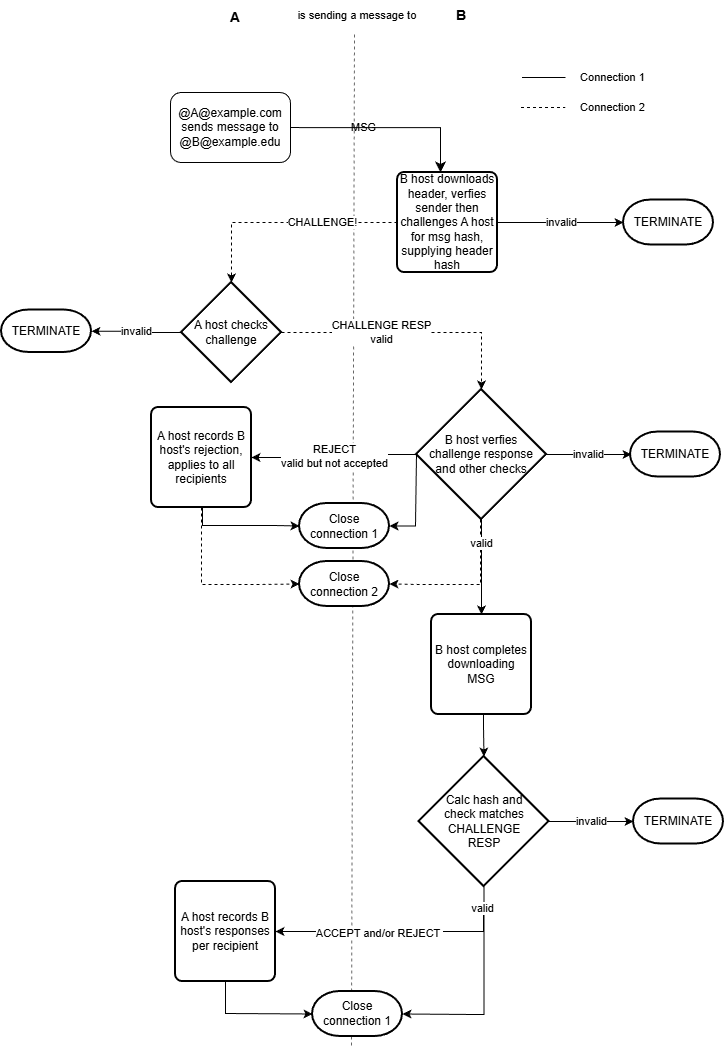
The draw.io diagram pics/flow-light.png in markmnl/fmsg, before a commit. Source tidied: cells renumbered, new cells last; positions are measured from the earlier drawing's top-left corner, leaving out a move shared by most shapes.
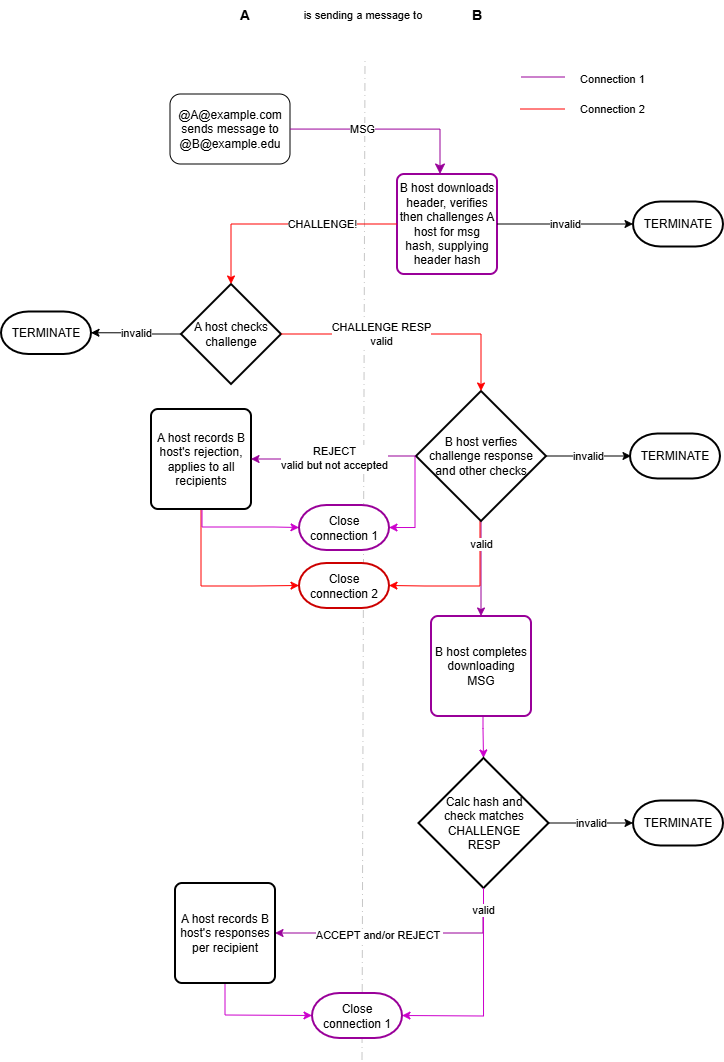
The same diagram one commit later.

What changed in the source:
```diff
@@ -2,25 +2,25 @@
   <root>
     <mxCell id="0" />
     <mxCell id="1" parent="0" />
-    <mxCell id="2" style="endArrow=none;dashed=1;html=1;strokeWidth=1;rounded=0;startArrow=none;opacity=60;" parent="1" edge="1">
-      <mxGeometry relative="1" as="geometry">
-        <mxPoint x="350" y="1045" as="sourcePoint" />
-        <mxPoint x="353" y="32" as="targetPoint" />
-      </mxGeometry>
-    </mxCell>
+    <mxCell id="42" style="endArrow=none;dashed=1;html=1;dashPattern=8 4 1 4;strokeWidth=1;rounded=0;strokeColor=#A1A1A1;fontColor=#FFFFFF;startArrow=none;opacity=60;" parent="1" edge="1">
+      <mxGeometry relative="1" as="geometry">
+        <mxPoint x="361" y="1058" as="sourcePoint" />
+        <mxPoint x="364" y="55" as="targetPoint" />
+      </mxGeometry>
+    </mxCell>
     <mxCell id="3" value="@A@example.com sends message to @B@example.edu" style="rounded=1;whiteSpace=wrap;html=1;fontSize=12;glass=0;strokeWidth=1;shadow=0;" parent="1" vertex="1">
       <mxGeometry x="169" y="92" width="120" height="70" as="geometry" />
     </mxCell>
-    <mxCell id="4" value="&lt;span style=&quot;&quot;&gt;B host downloads header, verfies sender then challenges A host for msg hash, supplying header hash&lt;/span&gt;" style="rounded=1;whiteSpace=wrap;html=1;absoluteArcSize=1;arcSize=14;strokeWidth=2;" parent="1" vertex="1">
-      <mxGeometry x="396" y="172" width="100" height="100" as="geometry" />
-    </mxCell>
-    <mxCell id="5" value="invalid" style="edgeStyle=orthogonalEdgeStyle;rounded=0;jettySize=auto;html=1;entryX=1;entryY=0.5;entryDx=0;entryDy=0;entryPerimeter=0;" parent="1" edge="1" source="6" target="19">
-      <mxGeometry relative="1" as="geometry" />
-    </mxCell>
+    <mxCell id="43" value="&lt;span style=&quot;&quot;&gt;B host downloads header, verifies then challenges A host for msg hash, supplying header hash&lt;/span&gt;" style="rounded=1;whiteSpace=wrap;html=1;absoluteArcSize=1;arcSize=14;strokeWidth=2;strokeColor=#990099;" parent="1" vertex="1">
+      <mxGeometry x="396" y="172" width="100" height="100" as="geometry" />
+    </mxCell>
+    <mxCell id="44" value="invalid" style="edgeStyle=orthogonalEdgeStyle;rounded=0;jettySize=auto;html=1;entryX=1;entryY=0.5;entryDx=0;entryDy=0;entryPerimeter=0;strokeColor=light-dark(#000000,#FCFCFC);" parent="1" edge="1" source="6" target="50">
+      <mxGeometry relative="1" as="geometry" />
+    </mxCell>
     <mxCell id="6" value="A host checks challenge" style="strokeWidth=2;html=1;shape=mxgraph.flowchart.decision;whiteSpace=wrap;" parent="1" vertex="1">
       <mxGeometry x="180" y="282" width="100" height="100" as="geometry" />
     </mxCell>
-    <mxCell id="7" style="edgeStyle=orthogonalEdgeStyle;rounded=0;jettySize=auto;html=1;fontSize=11;entryX=1;entryY=0.5;entryDx=0;entryDy=0;entryPerimeter=0;dashed=1;" parent="1" edge="1" source="10" target="30">
+    <mxCell id="7" style="edgeStyle=orthogonalEdgeStyle;rounded=0;jettySize=auto;html=1;fontSize=11;strokeColor=#FF0000;fillColor=#990099;entryX=1;entryY=0.5;entryDx=0;entryDy=0;entryPerimeter=0;" parent="1" edge="1" source="10" target="30">
       <mxGeometry relative="1" as="geometry">
         <Array as="points">
           <mxPoint x="479" y="584" />
@@ -28,21 +28,21 @@
         </Array>
       </mxGeometry>
     </mxCell>
-    <mxCell id="8" value="valid" style="edgeStyle=orthogonalEdgeStyle;rounded=0;jettySize=auto;html=1;fontSize=11;" parent="1" edge="1" source="10" target="15">
+    <mxCell id="8" value="valid" style="edgeStyle=orthogonalEdgeStyle;rounded=0;jettySize=auto;html=1;fontSize=11;strokeColor=#990099;fillColor=#990099;" parent="1" edge="1" source="10" target="15">
       <mxGeometry x="-0.51" relative="1" as="geometry" />
     </mxCell>
-    <mxCell id="9" style="edgeStyle=orthogonalEdgeStyle;rounded=0;jettySize=auto;html=1;entryX=1;entryY=0.5;entryDx=0;entryDy=0;entryPerimeter=0;" parent="1" edge="1" source="10" target="36">
-      <mxGeometry relative="1" as="geometry">
-        <Array as="points">
-          <mxPoint x="414" y="454" />
-          <mxPoint x="414" y="525" />
-        </Array>
-      </mxGeometry>
-    </mxCell>
+    <mxCell id="45" style="edgeStyle=orthogonalEdgeStyle;rounded=0;jettySize=auto;html=1;strokeColor=#CC00CC;entryX=1;entryY=0.5;entryDx=0;entryDy=0;entryPerimeter=0;" parent="1" edge="1" source="10" target="57">
+      <mxGeometry relative="1" as="geometry">
+        <Array as="points">
+          <mxPoint x="414" y="454" />
+          <mxPoint x="414" y="525" />
+        </Array>
+      </mxGeometry>
+    </mxCell>
     <mxCell id="10" value="B host verfies&lt;br&gt;challenge response&lt;br&gt;and other checks" style="strokeWidth=2;html=1;shape=mxgraph.flowchart.decision;whiteSpace=wrap;" parent="1" vertex="1">
       <mxGeometry x="415" y="389" width="130" height="130" as="geometry" />
     </mxCell>
-    <mxCell id="11" style="edgeStyle=orthogonalEdgeStyle;rounded=0;jettySize=auto;html=1;entryX=0;entryY=0.5;entryDx=0;entryDy=0;entryPerimeter=0;fontSize=11;exitX=0.5;exitY=1;exitDx=0;exitDy=0;dashed=1;" parent="1" edge="1" source="13" target="30">
+    <mxCell id="11" style="edgeStyle=orthogonalEdgeStyle;rounded=0;jettySize=auto;html=1;entryX=0;entryY=0.5;entryDx=0;entryDy=0;entryPerimeter=0;fontSize=11;strokeColor=#FF0000;fillColor=#990099;exitX=0.5;exitY=1;exitDx=0;exitDy=0;" parent="1" edge="1" source="13" target="30">
       <mxGeometry relative="1" as="geometry">
         <Array as="points">
           <mxPoint x="200" y="584" />
@@ -50,61 +50,61 @@
         </Array>
       </mxGeometry>
     </mxCell>
-    <mxCell id="12" style="edgeStyle=orthogonalEdgeStyle;rounded=0;jettySize=auto;html=1;entryX=0;entryY=0.5;entryDx=0;entryDy=0;entryPerimeter=0;" parent="1" edge="1" source="13" target="36">
-      <mxGeometry relative="1" as="geometry">
-        <Array as="points">
-          <mxPoint x="201" y="525" />
-          <mxPoint x="273" y="525" />
-        </Array>
-      </mxGeometry>
-    </mxCell>
+    <mxCell id="46" style="edgeStyle=orthogonalEdgeStyle;rounded=0;jettySize=auto;html=1;strokeColor=#CC00CC;entryX=0;entryY=0.5;entryDx=0;entryDy=0;entryPerimeter=0;" parent="1" edge="1" source="13" target="57">
+      <mxGeometry relative="1" as="geometry">
+        <Array as="points">
+          <mxPoint x="201" y="525" />
+          <mxPoint x="273" y="525" />
+        </Array>
+      </mxGeometry>
+    </mxCell>
     <mxCell id="13" value="A host records B host's rejection, applies to all recipients" style="rounded=1;whiteSpace=wrap;html=1;absoluteArcSize=1;arcSize=14;strokeWidth=2;" parent="1" vertex="1">
       <mxGeometry x="150" y="407" width="100" height="100" as="geometry" />
     </mxCell>
-    <mxCell id="14" style="edgeStyle=orthogonalEdgeStyle;rounded=0;jettySize=auto;html=1;entryX=0.5;entryY=0;entryDx=0;entryDy=0;entryPerimeter=0;exitX=0.5;exitY=1;exitDx=0;exitDy=0;" parent="1" edge="1" target="18">
-      <mxGeometry relative="1" as="geometry">
-        <mxPoint x="482" y="696" as="sourcePoint" />
-      </mxGeometry>
-    </mxCell>
+    <mxCell id="47" style="edgeStyle=orthogonalEdgeStyle;rounded=0;jettySize=auto;html=1;entryX=0.5;entryY=0;entryDx=0;entryDy=0;entryPerimeter=0;fillColor=#d80073;strokeColor=#CC00CC;exitX=0.5;exitY=1;exitDx=0;exitDy=0;" parent="1" edge="1" target="18">
+      <mxGeometry relative="1" as="geometry">
+        <mxPoint x="482" y="696" as="sourcePoint" />
+      </mxGeometry>
+    </mxCell>
-    <mxCell id="15" value="B host completes downloading MSG" style="rounded=1;whiteSpace=wrap;html=1;absoluteArcSize=1;arcSize=14;strokeWidth=2;" parent="1" vertex="1">
+    <mxCell id="15" value="B host completes downloading MSG" style="rounded=1;whiteSpace=wrap;html=1;absoluteArcSize=1;arcSize=14;strokeWidth=2;strokeColor=#990099;" parent="1" vertex="1">
       <mxGeometry x="430" y="614" width="100" height="100" as="geometry" />
     </mxCell>
-    <mxCell id="16" value="TERMINATE" style="strokeWidth=2;html=1;shape=mxgraph.flowchart.terminator;whiteSpace=wrap;" parent="1" vertex="1">
-      <mxGeometry x="629" y="431.5" width="90" height="45" as="geometry" />
-    </mxCell>
-    <mxCell id="17" value="invalid" style="edgeStyle=orthogonalEdgeStyle;rounded=0;jettySize=auto;html=1;entryX=0;entryY=0.5;entryDx=0;entryDy=0;entryPerimeter=0;fontSize=11;" parent="1" edge="1" source="18" target="22">
-      <mxGeometry relative="1" as="geometry" />
-    </mxCell>
+    <mxCell id="48" value="TERMINATE" style="strokeWidth=2;html=1;shape=mxgraph.flowchart.terminator;whiteSpace=wrap;" parent="1" vertex="1">
+      <mxGeometry x="629" y="431.5" width="90" height="45" as="geometry" />
+    </mxCell>
+    <mxCell id="49" value="invalid" style="edgeStyle=orthogonalEdgeStyle;rounded=0;jettySize=auto;html=1;entryX=0;entryY=0.5;entryDx=0;entryDy=0;entryPerimeter=0;fontSize=11;strokeColor=light-dark(#000000,#FCFCFC);" parent="1" edge="1" source="18" target="51">
+      <mxGeometry relative="1" as="geometry" />
+    </mxCell>
     <mxCell id="18" value="Calc hash and &lt;br&gt;check matches CHALLENGE &lt;br&gt;RESP" style="strokeWidth=2;html=1;shape=mxgraph.flowchart.decision;whiteSpace=wrap;" parent="1" vertex="1">
       <mxGeometry x="417.5" y="756" width="130" height="130" as="geometry" />
     </mxCell>
-    <mxCell id="19" value="TERMINATE" style="strokeWidth=2;html=1;shape=mxgraph.flowchart.terminator;whiteSpace=wrap;" parent="1" vertex="1">
-      <mxGeometry y="309.5" width="90" height="42.5" as="geometry" />
-    </mxCell>
+    <mxCell id="50" value="TERMINATE" style="strokeWidth=2;html=1;shape=mxgraph.flowchart.terminator;whiteSpace=wrap;" parent="1" vertex="1">
+      <mxGeometry y="309.5" width="90" height="42.5" as="geometry" />
+    </mxCell>
     <mxCell id="20" value="A" style="text;html=1;strokeColor=none;fillColor=none;align=center;verticalAlign=middle;whiteSpace=wrap;rounded=0;fontStyle=1;fontSize=14;" parent="1" vertex="1">
-      <mxGeometry x="204" y="2" width="60" height="30" as="geometry" />
+      <mxGeometry x="214" y="-2" width="60" height="30" as="geometry" />
     </mxCell>
     <mxCell id="21" value="B" style="text;html=1;strokeColor=none;fillColor=none;align=center;verticalAlign=middle;whiteSpace=wrap;rounded=0;fontStyle=1;fontSize=14;" parent="1" vertex="1">
-      <mxGeometry x="430" width="60" height="30" as="geometry" />
+      <mxGeometry x="446" y="-2" width="60" height="30" as="geometry" />
     </mxCell>
-    <mxCell id="22" value="TERMINATE" style="strokeWidth=2;html=1;shape=mxgraph.flowchart.terminator;whiteSpace=wrap;" parent="1" vertex="1">
-      <mxGeometry x="632" y="798.5" width="90" height="45" as="geometry" />
-    </mxCell>
-    <mxCell id="23" value="Close connection 1" style="strokeWidth=2;html=1;shape=mxgraph.flowchart.terminator;whiteSpace=wrap;" parent="1" vertex="1">
-      <mxGeometry x="311" y="991" width="90" height="45" as="geometry" />
-    </mxCell>
+    <mxCell id="51" value="TERMINATE" style="strokeWidth=2;html=1;shape=mxgraph.flowchart.terminator;whiteSpace=wrap;" parent="1" vertex="1">
+      <mxGeometry x="632" y="798.5" width="90" height="45" as="geometry" />
+    </mxCell>
+    <mxCell id="52" value="Close connection 1" style="strokeWidth=2;html=1;shape=mxgraph.flowchart.terminator;whiteSpace=wrap;strokeColor=#990099;" parent="1" vertex="1">
+      <mxGeometry x="311" y="991" width="90" height="45" as="geometry" />
+    </mxCell>
-    <mxCell id="24" value="MSG" style="rounded=0;html=1;jettySize=auto;orthogonalLoop=1;fontSize=11;endArrow=classic;endFill=1;endSize=8;strokeWidth=1;shadow=0;labelBackgroundColor=none;edgeStyle=orthogonalEdgeStyle;" parent="1" edge="1">
+    <mxCell id="24" value="MSG" style="rounded=0;html=1;jettySize=auto;orthogonalLoop=1;fontSize=11;endArrow=classic;endFill=1;endSize=8;strokeWidth=1;shadow=0;labelBackgroundColor=default;edgeStyle=orthogonalEdgeStyle;strokeColor=#990099;" parent="1" edge="1">
       <mxGeometry x="-0.26" relative="1" as="geometry">
         <mxPoint x="289" y="127.1" as="sourcePoint" />
         <mxPoint x="439" y="172" as="targetPoint" />
       </mxGeometry>
     </mxCell>
-    <mxCell id="25" value="REJECT&lt;br&gt;valid but not accepted" style="edgeStyle=orthogonalEdgeStyle;rounded=0;jettySize=auto;html=1;entryX=1;entryY=0.5;entryDx=0;entryDy=0;exitX=0;exitY=0.5;exitDx=0;exitDy=0;exitPerimeter=0;" parent="1" edge="1" source="10">
+    <mxCell id="25" value="REJECT&lt;br&gt;valid but not accepted" style="edgeStyle=orthogonalEdgeStyle;rounded=0;jettySize=auto;html=1;entryX=1;entryY=0.5;entryDx=0;entryDy=0;strokeColor=#990099;exitX=0;exitY=0.5;exitDx=0;exitDy=0;exitPerimeter=0;" parent="1" edge="1" source="10">
       <mxGeometry relative="1" as="geometry">
         <mxPoint x="250" y="457" as="targetPoint" />
       </mxGeometry>
     </mxCell>
-    <mxCell id="26" value="ACCEPT and/or REJECT&amp;nbsp;" style="edgeStyle=orthogonalEdgeStyle;rounded=0;jettySize=auto;html=1;entryX=1;entryY=0.5;entryDx=0;entryDy=0;exitX=0.5;exitY=1;exitDx=0;exitDy=0;exitPerimeter=0;" parent="1" edge="1" target="35">
+    <mxCell id="26" value="ACCEPT and/or REJECT&amp;nbsp;" style="edgeStyle=orthogonalEdgeStyle;rounded=0;jettySize=auto;html=1;entryX=1;entryY=0.5;entryDx=0;entryDy=0;strokeColor=#990099;exitX=0.5;exitY=1;exitDx=0;exitDy=0;exitPerimeter=0;" parent="1" edge="1" target="35">
       <mxGeometry x="0.1" y="2" relative="1" as="geometry">
         <mxPoint x="482" y="908" as="sourcePoint" />
         <Array as="points">
@@ -112,66 +112,67 @@
         </Array>
       </mxGeometry>
     </mxCell>
-    <mxCell id="27" value="invalid" style="edgeStyle=orthogonalEdgeStyle;rounded=0;jettySize=auto;html=1;exitX=1;exitY=0.5;exitDx=0;exitDy=0;exitPerimeter=0;" parent="1" edge="1" source="10">
-      <mxGeometry relative="1" as="geometry">
-        <mxPoint x="630" y="454" as="targetPoint" />
-      </mxGeometry>
-    </mxCell>
+    <mxCell id="53" value="invalid" style="edgeStyle=orthogonalEdgeStyle;rounded=0;jettySize=auto;html=1;strokeColor=light-dark(#000000,#FCFCFC);exitX=1;exitY=0.5;exitDx=0;exitDy=0;exitPerimeter=0;" parent="1" edge="1" source="10">
+      <mxGeometry relative="1" as="geometry">
+        <mxPoint x="630" y="454" as="targetPoint" />
+      </mxGeometry>
+    </mxCell>
     <mxCell id="28" value="Connection 1" style="text;html=1;strokeColor=none;fillColor=none;align=center;verticalAlign=middle;whiteSpace=wrap;rounded=0;fontSize=11;" parent="1" vertex="1">
       <mxGeometry x="564" y="62" width="95" height="30" as="geometry" />
     </mxCell>
     <mxCell id="29" value="Connection 2" style="text;html=1;strokeColor=none;fillColor=none;align=center;verticalAlign=middle;whiteSpace=wrap;rounded=0;fontSize=11;" parent="1" vertex="1">
       <mxGeometry x="564" y="92" width="95" height="30" as="geometry" />
     </mxCell>
-    <mxCell id="30" value="Close connection 2" style="strokeWidth=2;html=1;shape=mxgraph.flowchart.terminator;whiteSpace=wrap;" parent="1" vertex="1">
+    <mxCell id="30" value="Close connection 2" style="strokeWidth=2;html=1;shape=mxgraph.flowchart.terminator;whiteSpace=wrap;strokeColor=#CC0000;" parent="1" vertex="1">
       <mxGeometry x="298" y="561" width="90" height="45" as="geometry" />
     </mxCell>
-    <mxCell id="31" style="endArrow=none;html=1;rounded=0;fontSize=11;entryX=0;entryY=0.5;entryDx=0;entryDy=0;" parent="1" edge="1" target="28">
-      <mxGeometry relative="1" as="geometry">
-        <mxPoint x="520.5" y="77" as="sourcePoint" />
-      </mxGeometry>
-    </mxCell>
-    <mxCell id="32" style="endArrow=none;html=1;rounded=0;fontSize=11;entryX=0;entryY=0.5;entryDx=0;entryDy=0;dashed=1;" parent="1" edge="1" target="29">
-      <mxGeometry relative="1" as="geometry">
-        <mxPoint x="519.5" y="107" as="sourcePoint" />
-      </mxGeometry>
-    </mxCell>
+    <mxCell id="54" style="endArrow=none;html=1;rounded=0;fontSize=11;strokeColor=#990099;fillColor=#990099;entryX=0;entryY=0.5;entryDx=0;entryDy=0;" parent="1" edge="1">
+      <mxGeometry relative="1" as="geometry">
+        <mxPoint x="520.5" y="75" as="sourcePoint" />
+        <mxPoint x="564" y="75" as="targetPoint" />
+      </mxGeometry>
+    </mxCell>
+    <mxCell id="55" style="endArrow=none;html=1;rounded=0;fontSize=11;strokeColor=#FF0000;fillColor=#990099;entryX=0;entryY=0.5;entryDx=0;entryDy=0;" parent="1" edge="1" target="29">
+      <mxGeometry relative="1" as="geometry">
+        <mxPoint x="519.5" y="107" as="sourcePoint" />
+      </mxGeometry>
+    </mxCell>
     <mxCell id="33" value="is sending a message to" style="text;html=1;strokeColor=none;fillColor=none;align=center;verticalAlign=middle;whiteSpace=wrap;rounded=0;fontSize=11;" parent="1" vertex="1">
-      <mxGeometry x="270" width="172" height="30" as="geometry" />
+      <mxGeometry x="276" y="-2" width="172" height="30" as="geometry" />
     </mxCell>
-    <mxCell id="34" style="edgeStyle=orthogonalEdgeStyle;rounded=0;jettySize=auto;html=1;entryX=0;entryY=0.5;entryDx=0;entryDy=0;entryPerimeter=0;" parent="1" edge="1" source="35" target="23">
-      <mxGeometry relative="1" as="geometry">
-        <Array as="points">
-          <mxPoint x="224" y="1013" />
-          <mxPoint x="225" y="1013" />
-        </Array>
-      </mxGeometry>
-    </mxCell>
+    <mxCell id="56" style="edgeStyle=orthogonalEdgeStyle;rounded=0;jettySize=auto;html=1;entryX=0;entryY=0.5;entryDx=0;entryDy=0;entryPerimeter=0;strokeColor=#CC00CC;" parent="1" edge="1" source="35" target="52">
+      <mxGeometry relative="1" as="geometry">
+        <Array as="points">
+          <mxPoint x="224" y="1013" />
+          <mxPoint x="225" y="1013" />
+        </Array>
+      </mxGeometry>
+    </mxCell>
     <mxCell id="35" value="A host records B host's responses per recipient" style="rounded=1;whiteSpace=wrap;html=1;absoluteArcSize=1;arcSize=14;strokeWidth=2;" parent="1" vertex="1">
       <mxGeometry x="174" y="881" width="100" height="100" as="geometry" />
     </mxCell>
-    <mxCell id="36" value="Close connection 1" style="strokeWidth=2;html=1;shape=mxgraph.flowchart.terminator;whiteSpace=wrap;" parent="1" vertex="1">
-      <mxGeometry x="298" y="503" width="90" height="45" as="geometry" />
-    </mxCell>
-    <mxCell id="37" value="valid" style="edgeStyle=orthogonalEdgeStyle;rounded=0;jettySize=auto;html=1;entryX=1;entryY=0.5;entryDx=0;entryDy=0;entryPerimeter=0;exitX=0.5;exitY=1;exitDx=0;exitDy=0;exitPerimeter=0;" parent="1" edge="1" source="18" target="23">
-      <mxGeometry x="-0.79" y="-1" relative="1" as="geometry">
-        <Array as="points">
-          <mxPoint x="483" y="1014" />
-          <mxPoint x="482" y="1014" />
-        </Array>
-      </mxGeometry>
-    </mxCell>
+    <mxCell id="57" value="Close connection 1" style="strokeWidth=2;html=1;shape=mxgraph.flowchart.terminator;whiteSpace=wrap;strokeColor=#990099;" parent="1" vertex="1">
+      <mxGeometry x="298" y="503" width="90" height="45" as="geometry" />
+    </mxCell>
+    <mxCell id="58" value="valid" style="edgeStyle=orthogonalEdgeStyle;rounded=0;jettySize=auto;html=1;entryX=1;entryY=0.5;entryDx=0;entryDy=0;entryPerimeter=0;strokeColor=#CC00CC;exitX=0.5;exitY=1;exitDx=0;exitDy=0;exitPerimeter=0;" parent="1" edge="1" source="18" target="52">
+      <mxGeometry x="-0.79" y="-1" relative="1" as="geometry">
+        <Array as="points">
+          <mxPoint x="483" y="1014" />
+          <mxPoint x="482" y="1014" />
+        </Array>
+      </mxGeometry>
+    </mxCell>
-    <mxCell id="38" value="CHALLENGE!" style="edgeStyle=orthogonalEdgeStyle;rounded=0;jettySize=auto;html=1;dashed=1;" parent="1" edge="1" source="4" target="6">
+    <mxCell id="38" value="CHALLENGE!" style="edgeStyle=orthogonalEdgeStyle;rounded=0;jettySize=auto;html=1;strokeColor=#FF0000;" parent="1" edge="1" source="43" target="6">
       <mxGeometry x="-0.34" relative="1" as="geometry" />
     </mxCell>
-    <mxCell id="39" value="CHALLENGE RESP&lt;br&gt;valid" style="edgeStyle=orthogonalEdgeStyle;rounded=0;jettySize=auto;html=1;entryX=0.5;entryY=0;entryDx=0;entryDy=0;entryPerimeter=0;dashed=1;" parent="1" edge="1" source="6" target="10">
+    <mxCell id="39" value="CHALLENGE RESP&lt;br&gt;valid" style="edgeStyle=orthogonalEdgeStyle;rounded=0;jettySize=auto;html=1;entryX=0.5;entryY=0;entryDx=0;entryDy=0;entryPerimeter=0;strokeColor=#FF0000;" parent="1" edge="1" source="6" target="10">
       <mxGeometry x="-0.22" relative="1" as="geometry" />
     </mxCell>
-    <mxCell id="40" value="TERMINATE" style="strokeWidth=2;html=1;shape=mxgraph.flowchart.terminator;whiteSpace=wrap;" parent="1" vertex="1">
-      <mxGeometry x="622" y="199.5" width="90" height="45" as="geometry" />
-    </mxCell>
-    <mxCell id="41" value="invalid" style="edgeStyle=orthogonalEdgeStyle;rounded=0;jettySize=auto;html=1;exitX=1;exitY=0.5;exitDx=0;exitDy=0;entryX=0;entryY=0.5;entryDx=0;entryDy=0;entryPerimeter=0;" parent="1" edge="1" source="4" target="40">
-      <mxGeometry relative="1" as="geometry" />
-    </mxCell>
+    <mxCell id="59" value="TERMINATE" style="strokeWidth=2;html=1;shape=mxgraph.flowchart.terminator;whiteSpace=wrap;" parent="1" vertex="1">
+      <mxGeometry x="632" y="199.5" width="90" height="45" as="geometry" />
+    </mxCell>
+    <mxCell id="60" value="invalid" style="edgeStyle=orthogonalEdgeStyle;rounded=0;jettySize=auto;html=1;strokeColor=light-dark(#000000,#FCFCFC);exitX=1;exitY=0.5;exitDx=0;exitDy=0;entryX=0;entryY=0.5;entryDx=0;entryDy=0;entryPerimeter=0;" parent="1" edge="1" source="43" target="59">
+      <mxGeometry relative="1" as="geometry" />
+    </mxCell>
   </root>
 </mxGraphModel>
```
